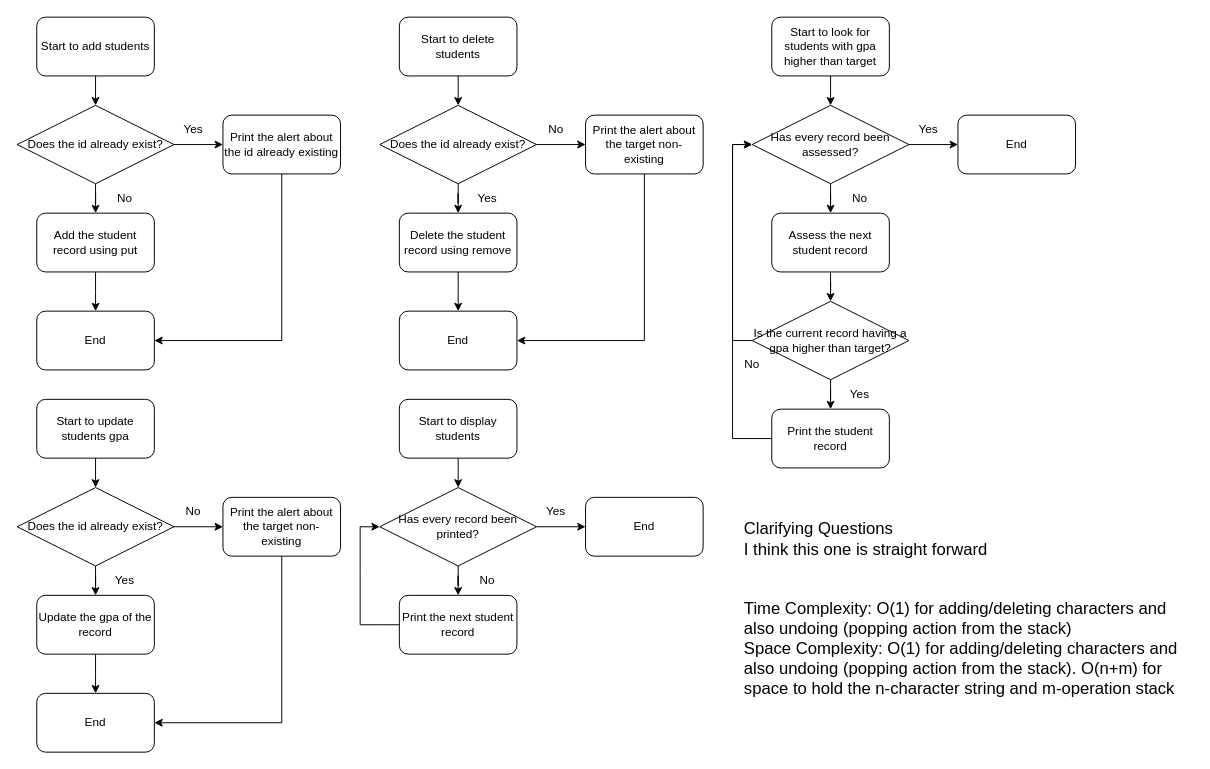
Above: Student Record Management System Using TreeMap.drawio in yanatnsc/Student-Record-Management-System-Using-TreeMap (draw.io), before the change. Source tidied: cells renumbered, new cells numbered last; positions are measured from the earlier drawing's top-left corner, leaving out a move shared by most shapes. Both pictures are drawn from the tidied source at 98%, with x=0, y=0 at pixel (17, 17).
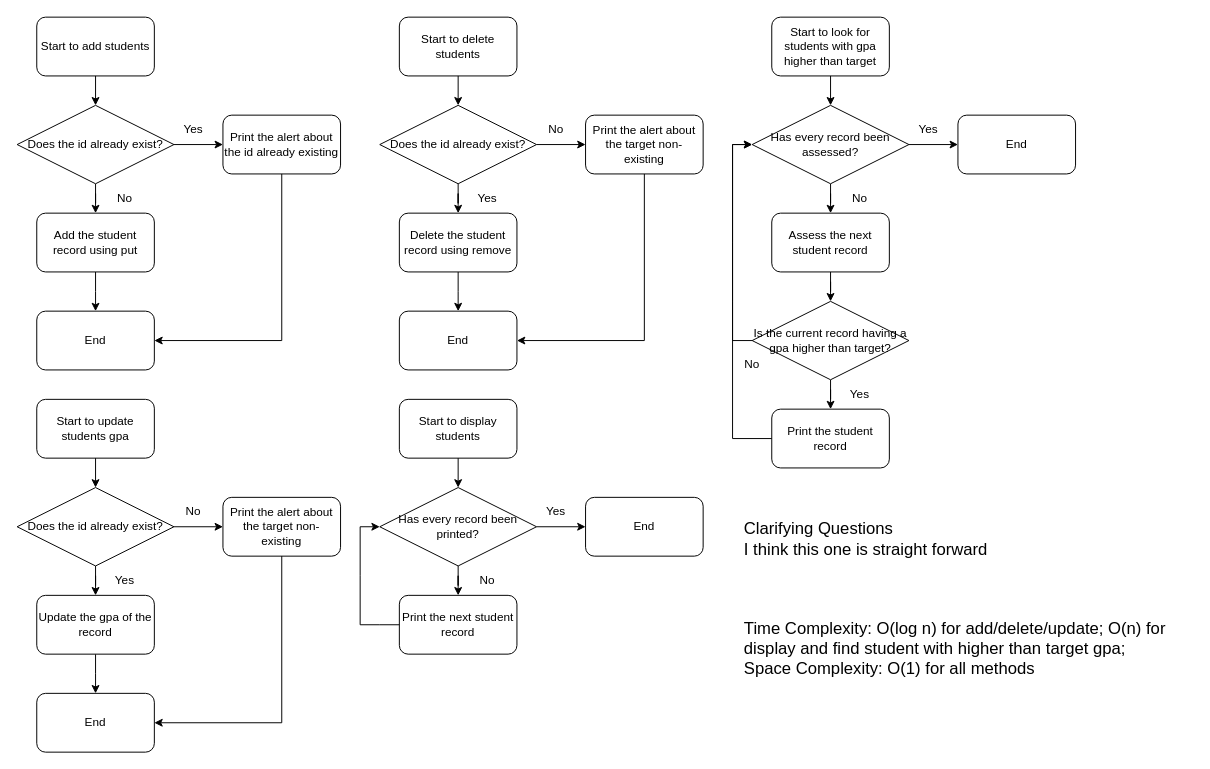
After the change.

Change to the diagram source:
```diff
@@
-    <mxCell id="16" value="&lt;span style=&quot;font-size: 17px;&quot;&gt;Time Complexity: O(1) for adding/deleting characters and also undoing (popping action from the stack)&lt;/span&gt;&lt;div&gt;&lt;span style=&quot;font-size: 17px;&quot;&gt;Space Complexity:&amp;nbsp;&lt;/span&gt;&lt;span style=&quot;font-size: 17px; background-color: initial;&quot;&gt;O(1) for adding/deleting characters and also undoing (popping action from the stack).&lt;/span&gt;&lt;span style=&quot;font-size: 17px; background-color: initial;&quot;&gt;&amp;nbsp;O(n+m) for space to hold the n-character string and m-operation stack&lt;/span&gt;&lt;/div&gt;" style="text;html=1;align=left;verticalAlign=middle;whiteSpace=wrap;rounded=0;" parent="1" vertex="1">
+    <mxCell id="16" value="&lt;span style=&quot;font-size: 17px;&quot;&gt;Time Complexity: O(log n) for add/delete/update; O(n) for display and find student with higher than target gpa;&lt;/span&gt;&lt;div&gt;&lt;span style=&quot;font-size: 17px;&quot;&gt;Space Complexity:&amp;nbsp;&lt;/span&gt;&lt;span style=&quot;font-size: 17px; background-color: initial;&quot;&gt;O(1) for&lt;/span&gt;&lt;span style=&quot;font-size: 17px; background-color: initial;&quot;&gt;&amp;nbsp;all methods&lt;/span&gt;&lt;/div&gt;" style="text;html=1;align=left;verticalAlign=middle;whiteSpace=wrap;rounded=0;" parent="1" vertex="1">
       <mxGeometry x="740" y="590" width="460" height="110" as="geometry" />
     </mxCell>
```
